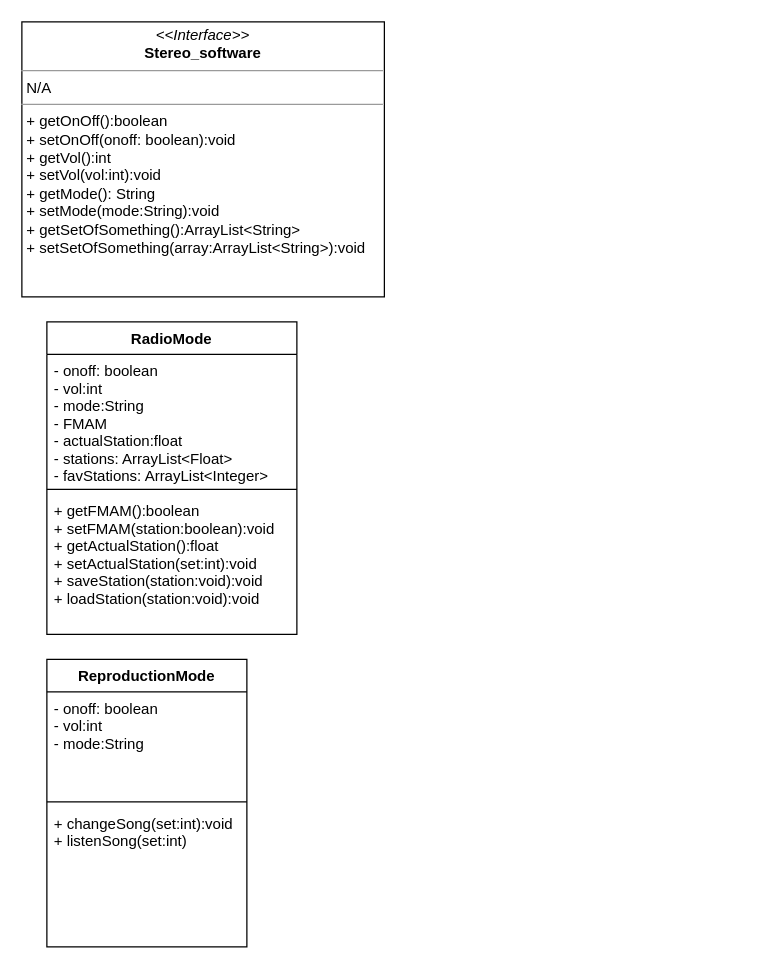
Earlier version of the draw.io diagram Others/Lab4UMLPOO.drawio (DiggsPapu/Lab4POO). Source tidied: cells renumbered, new cells numbered last; positions are measured from the earlier drawing's top-left corner, leaving out a move shared by most shapes. Both pictures are drawn from the tidied source at 125%, with x=0, y=0 at pixel (21, 21).
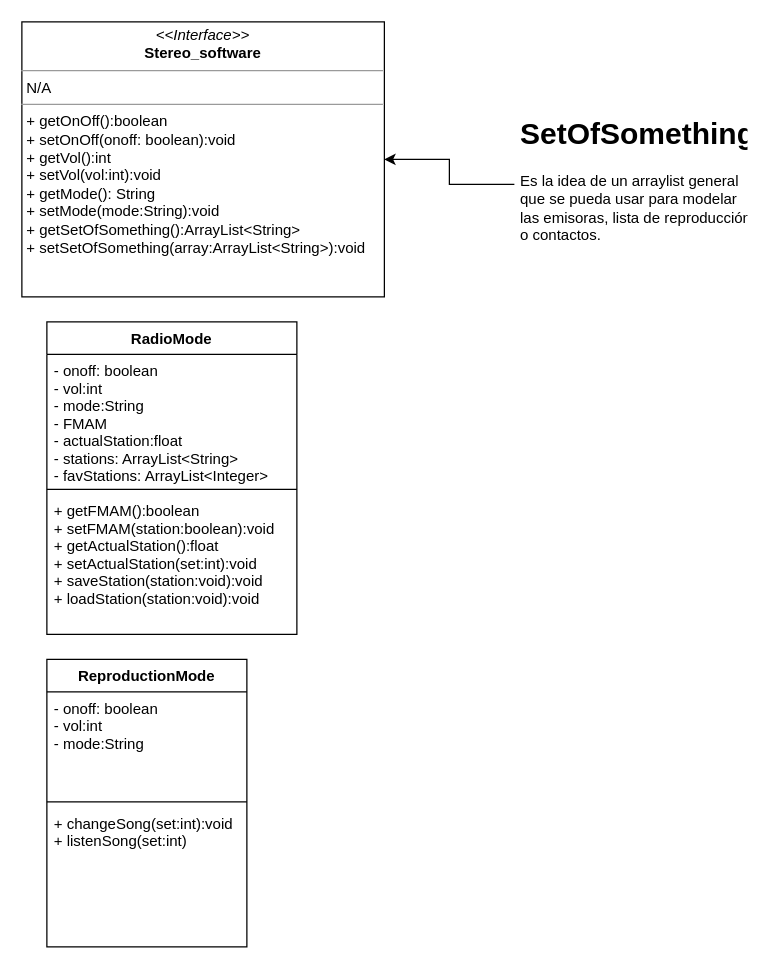
The same diagram, later.

Commit message:
SetOfSomething explicación

Change to the diagram source:
```diff
@@
 <mxGraphModel>
   <root>
     <mxCell id="0" />
     <mxCell id="1" parent="0" />
     <mxCell id="2" value="&lt;p style=&quot;margin:0px;margin-top:4px;text-align:center;&quot;&gt;&lt;i&gt;&amp;lt;&amp;lt;Interface&amp;gt;&amp;gt;&lt;/i&gt;&lt;br&gt;&lt;b&gt;Stereo_software&lt;/b&gt;&lt;/p&gt;&lt;hr size=&quot;1&quot;&gt;&lt;p style=&quot;margin:0px;margin-left:4px;&quot;&gt;N/A&lt;/p&gt;&lt;hr size=&quot;1&quot;&gt;&lt;p style=&quot;margin:0px;margin-left:4px;&quot;&gt;+ getOnOff():boolean&lt;/p&gt;&lt;p style=&quot;margin:0px;margin-left:4px;&quot;&gt;+ setOnOff(onoff: boolean):void&lt;/p&gt;&lt;p style=&quot;margin:0px;margin-left:4px;&quot;&gt;+ getVol():int&lt;/p&gt;&lt;p style=&quot;margin:0px;margin-left:4px;&quot;&gt;+ setVol(vol:int):void&lt;/p&gt;&lt;p style=&quot;margin:0px;margin-left:4px;&quot;&gt;+ getMode(): String&lt;br style=&quot;padding: 0px; margin: 0px;&quot;&gt;+ setMode(mode:String):void&lt;br&gt;&lt;/p&gt;&lt;p style=&quot;margin:0px;margin-left:4px;&quot;&gt;+ getSetOfSomething():ArrayList&amp;lt;String&amp;gt;&lt;/p&gt;&lt;p style=&quot;margin:0px;margin-left:4px;&quot;&gt;+ setSetOfSomething(array:ArrayList&amp;lt;String&amp;gt;):void&lt;/p&gt;" style="verticalAlign=top;align=left;overflow=fill;fontSize=12;fontFamily=Helvetica;html=1;" parent="1" vertex="1">
       <mxGeometry width="290" height="220" as="geometry" />
     </mxCell>
     <mxCell id="3" value="RadioMode" style="swimlane;fontStyle=1;align=center;verticalAlign=top;horizontal=1;startSize=26;" parent="1" vertex="1">
       <mxGeometry x="20" y="240" width="200" height="250" as="geometry" />
     </mxCell>
-    <mxCell id="4" value="- onoff: boolean&#10;- vol:int&#10;- mode:String&#10;- FMAM&#10;- actualStation:float&#10;- stations: ArrayList&lt;Float&gt;&#10;- favStations: ArrayList&lt;Integer&gt;" style="text;strokeColor=none;fillColor=none;align=left;verticalAlign=top;spacingLeft=4;spacingRight=4;overflow=hidden;" parent="3" vertex="1">
+    <mxCell id="4" value="- onoff: boolean&#10;- vol:int&#10;- mode:String&#10;- FMAM&#10;- actualStation:float&#10;- stations: ArrayList&lt;String&gt;&#10;- favStations: ArrayList&lt;Integer&gt;" style="text;strokeColor=none;fillColor=none;align=left;verticalAlign=top;spacingLeft=4;spacingRight=4;overflow=hidden;" parent="3" vertex="1">
       <mxGeometry y="26" width="200" height="104" as="geometry" />
     </mxCell>
     <mxCell id="5" style="line;strokeWidth=1;fillColor=none;align=left;verticalAlign=middle;spacingTop=-1;spacingLeft=3;spacingRight=3;labelPosition=right;strokeColor=inherit;" parent="3" vertex="1">
       <mxGeometry y="130" width="200" height="8" as="geometry" />
     </mxCell>
     <mxCell id="6" value="+ getFMAM():boolean&#10;+ setFMAM(station:boolean):void&#10;+ getActualStation():float&#10;+ setActualStation(set:int):void&#10;+ saveStation(station:void):void&#10;+ loadStation(station:void):void&#10;" style="text;strokeColor=none;fillColor=none;align=left;verticalAlign=top;spacingLeft=4;spacingRight=4;overflow=hidden;" parent="3" vertex="1">
       <mxGeometry y="138" width="200" height="112" as="geometry" />
     </mxCell>
     <mxCell id="7" value="ReproductionMode" style="swimlane;fontStyle=1;align=center;verticalAlign=top;horizontal=1;startSize=26;" parent="1" vertex="1">
       <mxGeometry x="20" y="510" width="160" height="230" as="geometry" />
     </mxCell>
     <mxCell id="8" value="- onoff: boolean&#10;- vol:int&#10;- mode:String&#10;" style="text;strokeColor=none;fillColor=none;align=left;verticalAlign=top;spacingLeft=4;spacingRight=4;overflow=hidden;" parent="7" vertex="1">
       <mxGeometry y="26" width="160" height="84" as="geometry" />
     </mxCell>
     <mxCell id="9" style="line;strokeWidth=1;fillColor=none;align=left;verticalAlign=middle;spacingTop=-1;spacingLeft=3;spacingRight=3;labelPosition=right;strokeColor=inherit;" parent="7" vertex="1">
       <mxGeometry y="110" width="160" height="8" as="geometry" />
     </mxCell>
     <mxCell id="10" value="+ changeSong(set:int):void&#10;+ listenSong(set:int)" style="text;strokeColor=none;fillColor=none;align=left;verticalAlign=top;spacingLeft=4;spacingRight=4;overflow=hidden;" parent="7" vertex="1">
       <mxGeometry y="118" width="160" height="112" as="geometry" />
     </mxCell>
+    <mxCell id="11" style="edgeStyle=orthogonalEdgeStyle;rounded=0;jettySize=auto;html=1;" parent="1" edge="1" source="12" target="2">
+      <mxGeometry relative="1" as="geometry" />
+    </mxCell>
+    <mxCell id="12" value="&lt;h1&gt;SetOfSomething&lt;/h1&gt;&lt;p&gt;Es la idea de un arraylist general que se pueda usar para modelar las emisoras, lista de reproducción o contactos.&lt;/p&gt;" style="text;html=1;strokeColor=none;fillColor=none;spacing=5;spacingTop=-20;whiteSpace=wrap;overflow=hidden;rounded=0;" parent="1" vertex="1">
+      <mxGeometry x="394" y="70" width="190" height="120" as="geometry" />
+    </mxCell>
   </root>
 </mxGraphModel>
```
